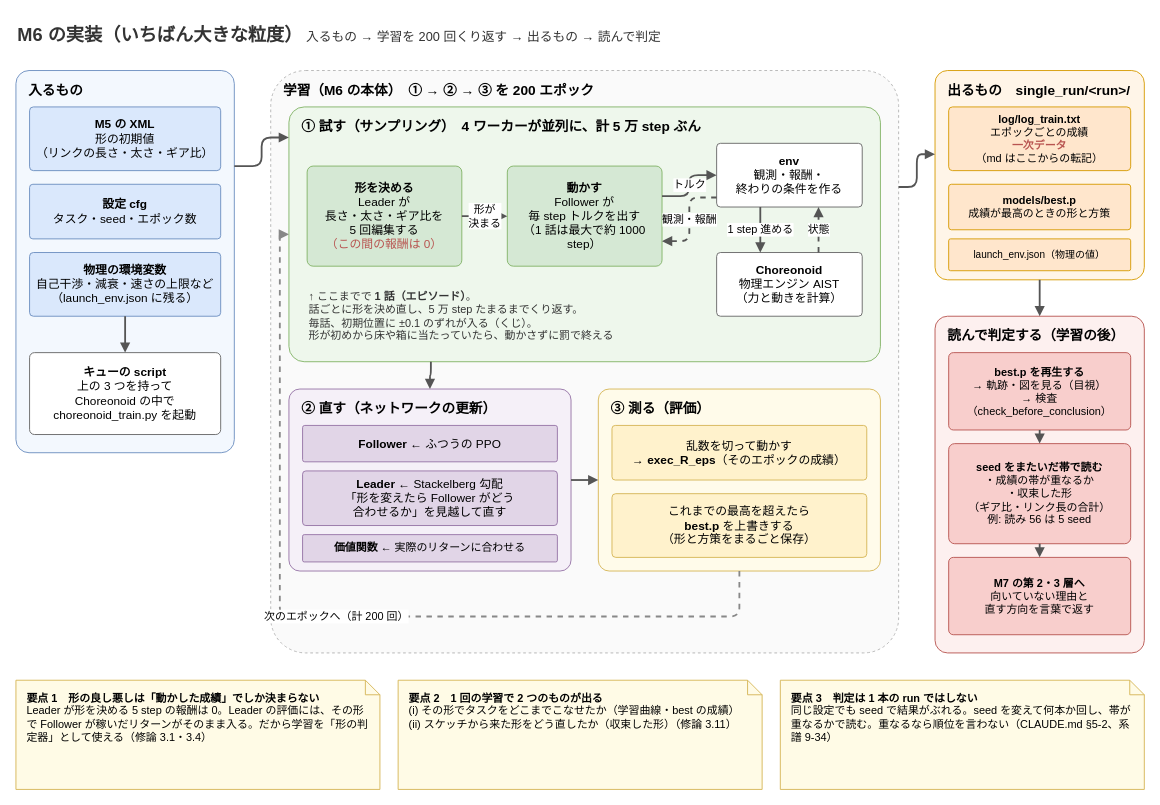
233301koshiro/StackelbergPPO keeps this draw.io diagram as page "1 M6 の全体" (1 of 5) of docs/研究応用/執筆/M6の仕組み.drawio. Above is the earlier version. Source tidied: cells renumbered, new cells numbered last; positions are measured from the earlier drawing's top-left corner, leaving out a move shared by most shapes. Both pictures are drawn from the tidied source at 91%, with x=0, y=0 at pixel (15, 15). Pictures stored in the file or linked from it are replaced by grey dashed boxes.
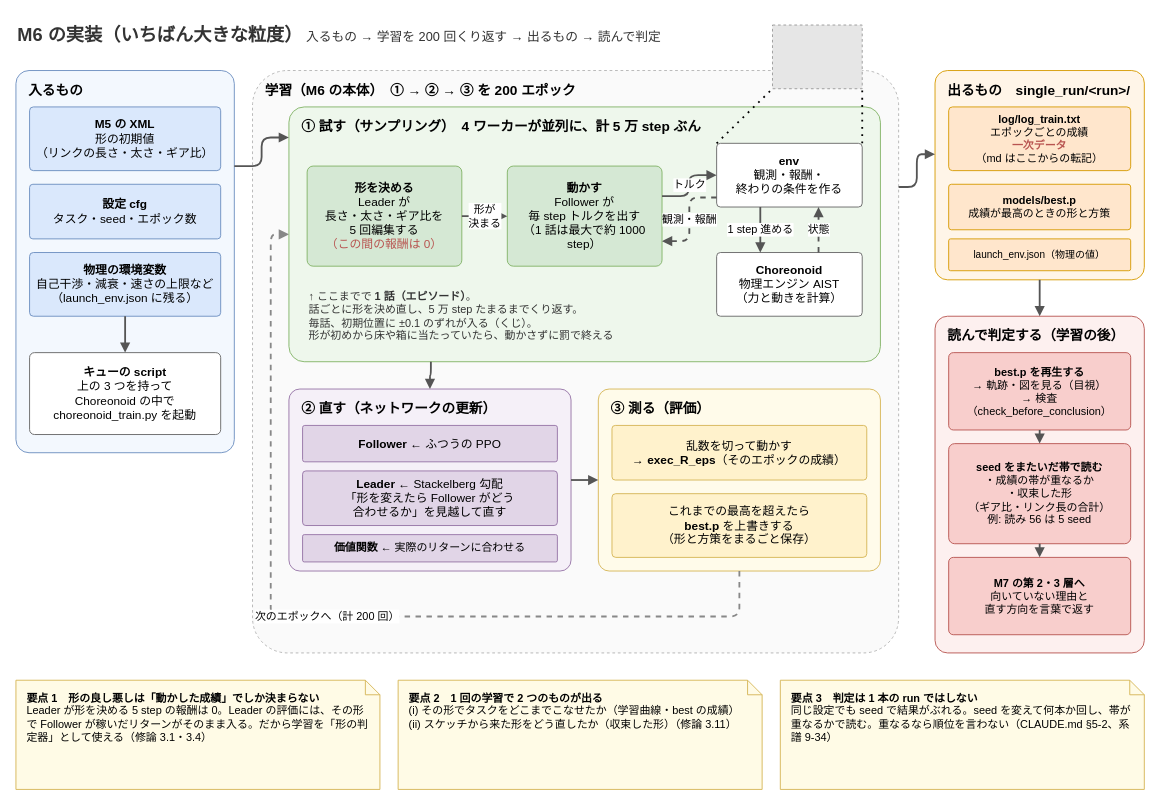
Above is the later version.

Unchanged cells that the change refers to:
```xml
<mxCell id="10" value="① 試す（サンプリング）　4 ワーカーが並列に、計 5 万 step ぶん" style="rounded=1;whiteSpace=wrap;html=1;fillColor=#d5e8d4;strokeColor=#82b366;fontSize=13;arcSize=6;verticalAlign=top;align=left;spacingLeft=12;spacingTop=6;fontStyle=1;fontSize=15;fillColor=#eef7ec;" parent="1" vertex="1">
  <mxGeometry x="300" y="100" width="650" height="280" as="geometry" />
</mxCell>
<mxCell id="13" value="&lt;b&gt;env&lt;/b&gt;&lt;br&gt;観測・報酬・&lt;br&gt;終わりの条件を作る" style="rounded=1;whiteSpace=wrap;html=1;fillColor=#ffffff;strokeColor=#666666;fontSize=13;arcSize=6;" parent="1" vertex="1">
  <mxGeometry x="770" y="140" width="160" height="70" as="geometry" />
</mxCell>
<mxCell id="25" value="③ 測る（評価）" style="rounded=1;whiteSpace=wrap;html=1;fillColor=#fff2cc;strokeColor=#d6b656;fontSize=13;arcSize=6;verticalAlign=top;align=left;spacingLeft=12;spacingTop=6;fontStyle=1;fontSize=15;fillColor=#fffbea;" parent="1" vertex="1">
  <mxGeometry x="640" y="410" width="310" height="200" as="geometry" />
</mxCell>
```

Diff of the diagram source:
```diff
@@
     <mxCell id="9" value="学習（M6 の本体）　① → ② → ③ を 200 エポック" style="rounded=1;whiteSpace=wrap;html=1;fillColor=#fafafa;strokeColor=#b3b3b3;fontSize=13;arcSize=6;verticalAlign=top;align=left;spacingLeft=12;spacingTop=6;fontStyle=1;fontSize=15;dashed=1;" parent="1" vertex="1">
-      <mxGeometry x="280" y="60" width="690" height="640" as="geometry" />
+      <mxGeometry x="260" y="60" width="710" height="640" as="geometry" />
     </mxCell>
@@
     <mxCell id="30" value="次のエポックへ（計 200 回）" style="edgeStyle=orthogonalEdgeStyle;rounded=1;html=1;endArrow=block;endFill=1;strokeWidth=2;strokeColor=#555555;fontSize=12;labelBackgroundColor=#ffffff;dashed=1;strokeColor=#888888;exitX=0.5;exitY=1;exitDx=0;exitDy=0;entryX=0;entryY=0.5;entryDx=0;entryDy=0;" parent="1" edge="1" source="25" target="10">
       <mxGeometry relative="1" as="geometry">
         <Array as="points">
           <mxPoint x="795" y="660" />
-          <mxPoint x="290" y="660" />
-          <mxPoint x="290" y="240" />
+          <mxPoint x="280" y="660" />
+          <mxPoint x="280" y="240" />
         </Array>
       </mxGeometry>
     </mxCell>
@@
+    <mxCell id="47" style="fillColor=#E6E6E6;strokeColor=#999999;dashed=1;verticalLabelPosition=bottom;labelBackgroundColor=default;verticalAlign=top;" parent="1" vertex="1">
+      <mxGeometry x="831.4" y="10" width="98.6" height="70" as="geometry" />
+    </mxCell>
+    <mxCell id="48" style="endArrow=none;dashed=1;html=1;dashPattern=1 3;strokeWidth=2;rounded=0;entryX=0;entryY=1;entryDx=0;entryDy=0;exitX=0;exitY=0;exitDx=0;exitDy=0;" parent="1" edge="1" source="13" target="47">
+      <mxGeometry relative="1" as="geometry" />
+    </mxCell>
+    <mxCell id="49" style="endArrow=none;dashed=1;html=1;dashPattern=1 3;strokeWidth=2;rounded=0;entryX=1;entryY=1;entryDx=0;entryDy=0;exitX=1;exitY=0;exitDx=0;exitDy=0;" parent="1" edge="1" source="13" target="47">
+      <mxGeometry relative="1" as="geometry" />
+    </mxCell>
```
